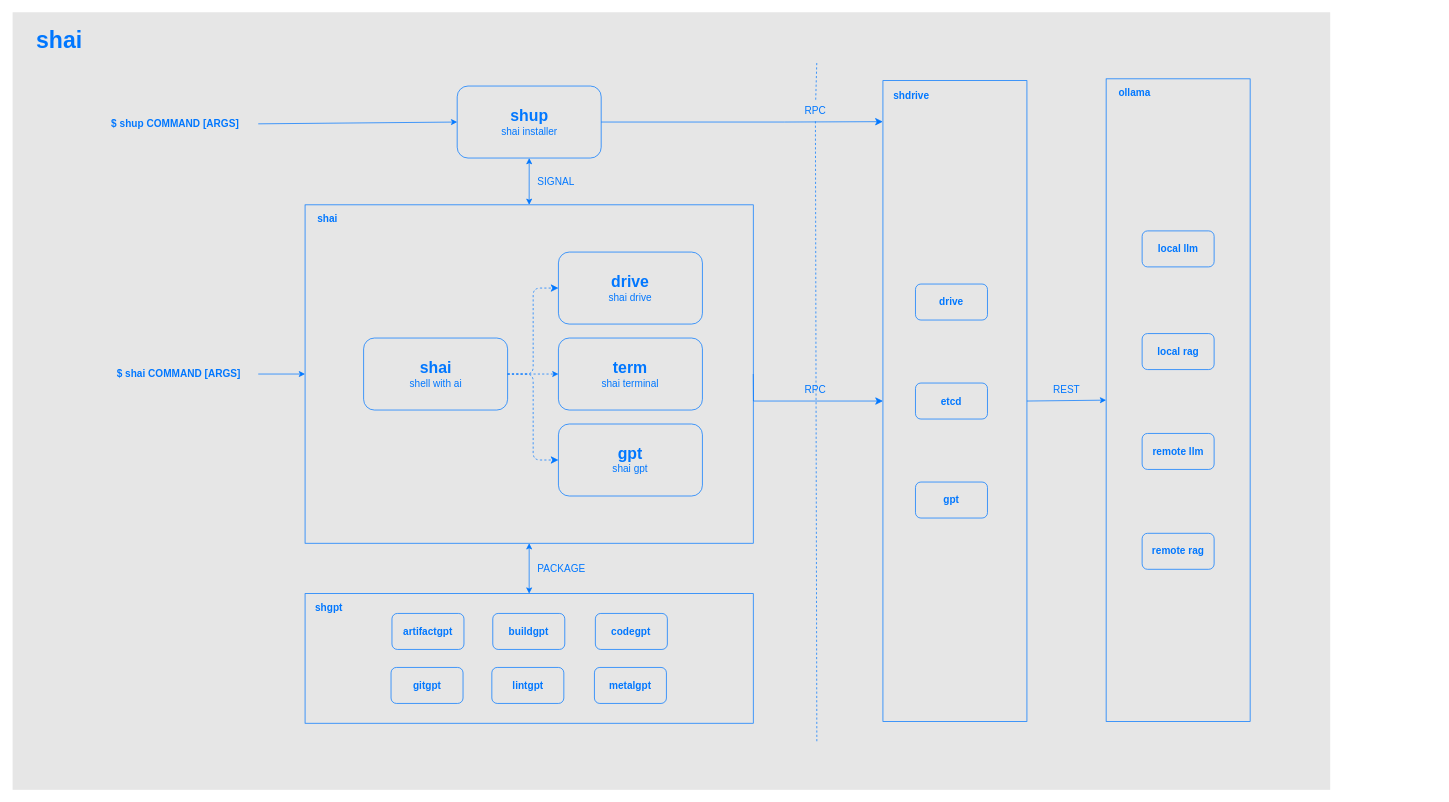
Before: arch.drawio in ai-flowx/.github, a draw.io diagram. Source tidied: cells renumbered, new cells numbered last; positions are measured from the earlier drawing's top-left corner, leaving out a move shared by most shapes. Both pictures are drawn from the tidied source at 72%, with x=0, y=0 at pixel (12, 12).
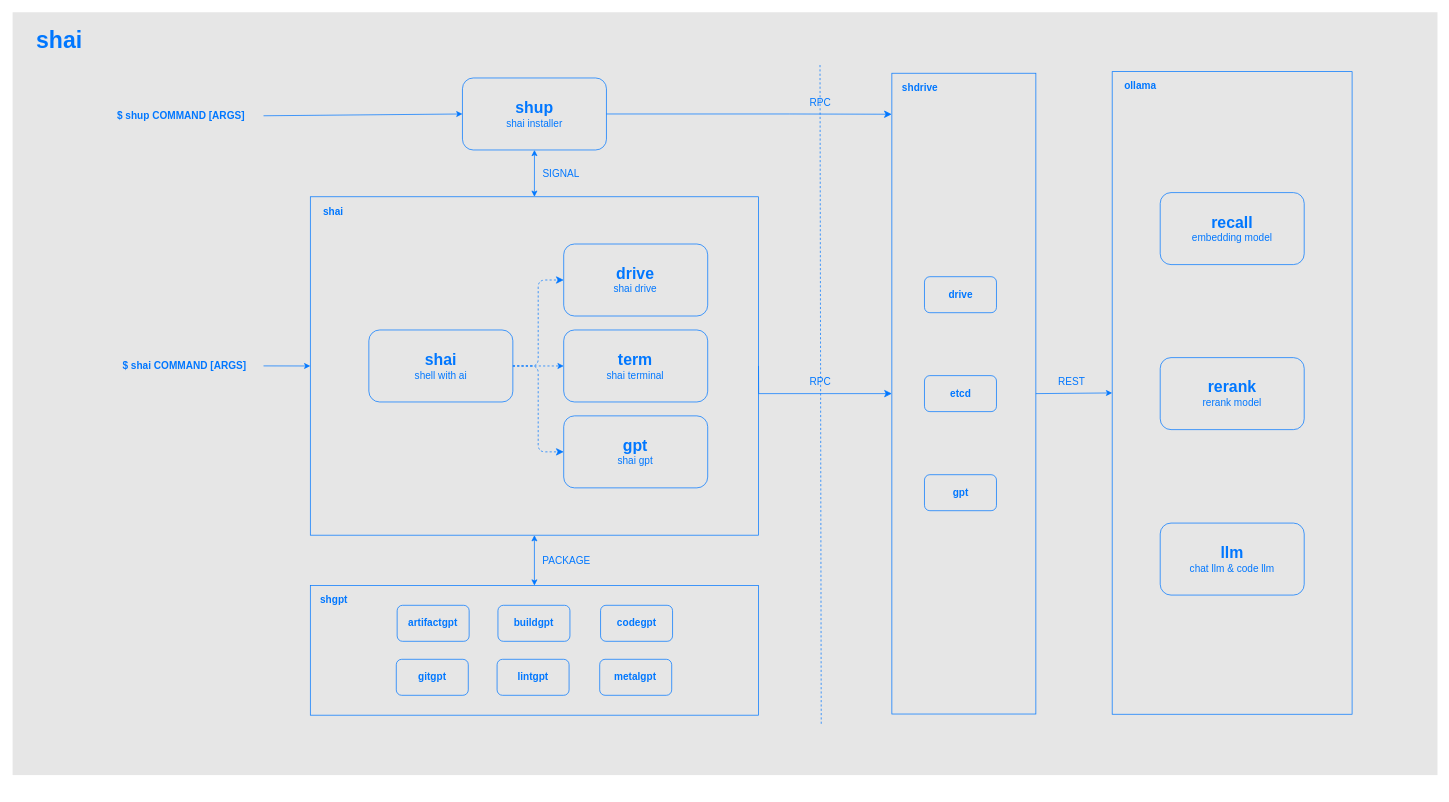
The same diagram, later.

Commit message (it also covers changes not shown here):
feat(profile): update arch files

Diff of the diagram source:
```diff
@@
     <mxCell id="2" style="rounded=0;whiteSpace=wrap;html=1;strokeColor=none;fillColor=#E6E6E6;" parent="1" vertex="1">
-      <mxGeometry y="0.5" width="1830" height="1080" as="geometry" />
+      <mxGeometry y="0.5" width="1979" height="1059.5" as="geometry" />
     </mxCell>
     <mxCell id="3" value="&lt;font color=&quot;#0077ff&quot; style=&quot;&quot;&gt;&lt;br&gt;&lt;/font&gt;" style="rounded=0;whiteSpace=wrap;html=1;strokeColor=#0077FF;fillColor=none;shadow=0;" parent="1" vertex="1">
-      <mxGeometry x="406.2" y="808" width="622.5" height="180" as="geometry" />
+      <mxGeometry x="413.5" y="796.8" width="622.5" height="180" as="geometry" />
     </mxCell>
     <mxCell id="4" style="rounded=0;whiteSpace=wrap;html=1;strokeColor=#0077FF;fontSize=14;fontColor=#0077FF;fillColor=none;" parent="1" vertex="1">
-      <mxGeometry x="406.2" y="268" width="622.5" height="470" as="geometry" />
+      <mxGeometry x="413.5" y="256.8" width="622.5" height="470" as="geometry" />
     </mxCell>
     <mxCell id="5" value="&lt;font color=&quot;#0077ff&quot; style=&quot;&quot;&gt;&lt;span style=&quot;font-weight: bold; font-size: 22px;&quot;&gt;shai&lt;/span&gt;&lt;br&gt;&lt;font style=&quot;font-size: 14px;&quot;&gt;shell with ai&lt;/font&gt;&lt;br&gt;&lt;/font&gt;" style="rounded=1;whiteSpace=wrap;html=1;strokeColor=#0077FF;fillColor=none;shadow=0;" parent="1" vertex="1">
-      <mxGeometry x="487.5" y="453" width="200" height="100" as="geometry" />
+      <mxGeometry x="494.8" y="441.8" width="200" height="100" as="geometry" />
     </mxCell>
     <mxCell id="6" value="$&amp;nbsp;shai COMMAND [ARGS]" style="text;html=1;strokeColor=none;fillColor=none;align=center;verticalAlign=middle;whiteSpace=wrap;rounded=0;fontStyle=1;dashed=1;fontColor=#0077FF;fontSize=14;" parent="1" vertex="1">
-      <mxGeometry x="121.2" y="480.5" width="220" height="45" as="geometry" />
+      <mxGeometry x="128.5" y="469.2" width="220" height="45" as="geometry" />
     </mxCell>
     <mxCell id="7" value="$&amp;nbsp;shup COMMAND [ARGS]" style="text;html=1;strokeColor=none;fillColor=none;align=center;verticalAlign=middle;whiteSpace=wrap;rounded=0;fontStyle=1;dashed=1;fontColor=#0077FF;fontSize=14;" parent="1" vertex="1">
-      <mxGeometry x="111.2" y="133" width="230" height="45" as="geometry" />
+      <mxGeometry x="118.5" y="121.8" width="230" height="45" as="geometry" />
     </mxCell>
@@
     <mxCell id="9" value="&lt;font color=&quot;#0077ff&quot; style=&quot;&quot;&gt;&lt;span style=&quot;font-weight: bold; font-size: 22px;&quot;&gt;shup&lt;/span&gt;&lt;br&gt;&lt;font style=&quot;font-size: 14px;&quot;&gt;shai installer&lt;/font&gt;&lt;br&gt;&lt;/font&gt;" style="rounded=1;whiteSpace=wrap;html=1;strokeColor=#0077FF;fillColor=none;shadow=0;" parent="1" vertex="1">
-      <mxGeometry x="617.5" y="103" width="200" height="100" as="geometry" />
+      <mxGeometry x="624.8" y="91.8" width="200" height="100" as="geometry" />
     </mxCell>
     <mxCell id="10" value="&lt;font color=&quot;#0077ff&quot; style=&quot;&quot;&gt;&lt;br&gt;&lt;/font&gt;" style="rounded=0;whiteSpace=wrap;html=1;strokeColor=#0077FF;fillColor=none;shadow=0;" parent="1" vertex="1">
-      <mxGeometry x="1208.8" y="95.5" width="200" height="890" as="geometry" />
+      <mxGeometry x="1221.2" y="85.2" width="200" height="890" as="geometry" />
     </mxCell>
     <mxCell id="11" value="&lt;span style=&quot;border-color: var(--border-color); color: rgb(0, 119, 255); font-weight: bold; font-size: 22px;&quot;&gt;drive&lt;/span&gt;&lt;br style=&quot;border-color: var(--border-color); color: rgb(0, 119, 255);&quot;&gt;&lt;font style=&quot;border-color: var(--border-color); color: rgb(0, 119, 255); font-size: 14px;&quot;&gt;shai drive&lt;/font&gt;&lt;font color=&quot;#0077ff&quot; style=&quot;&quot;&gt;&lt;br&gt;&lt;/font&gt;" style="rounded=1;whiteSpace=wrap;html=1;strokeColor=#0077FF;fillColor=none;shadow=0;" parent="1" vertex="1">
-      <mxGeometry x="758.1" y="333.6" width="200" height="100" as="geometry" />
+      <mxGeometry x="765.4" y="322.4" width="200" height="100" as="geometry" />
     </mxCell>
@@
     <mxCell id="13" value="&lt;font color=&quot;#0077ff&quot; style=&quot;&quot;&gt;&lt;br&gt;&lt;/font&gt;" style="rounded=0;whiteSpace=wrap;html=1;strokeColor=#0077FF;fillColor=none;shadow=0;" parent="1" vertex="1">
-      <mxGeometry x="1518.8" y="93" width="200" height="892.5" as="geometry" />
+      <mxGeometry x="1527.2" y="83" width="333.2" height="892.5" as="geometry" />
     </mxCell>
-    <mxCell id="14" value="&lt;font color=&quot;#0077ff&quot; style=&quot;&quot;&gt;&lt;b style=&quot;&quot;&gt;&lt;font style=&quot;font-size: 14px;&quot;&gt;local llm&lt;/font&gt;&lt;/b&gt;&lt;br&gt;&lt;/font&gt;" style="rounded=1;whiteSpace=wrap;html=1;strokeColor=#0077FF;fillColor=none;shadow=0;" parent="1" vertex="1">
-      <mxGeometry x="1568.8" y="304.2" width="100" height="50" as="geometry" />
-    </mxCell>
-    <mxCell id="15" value="&lt;font color=&quot;#0077ff&quot; style=&quot;&quot;&gt;&lt;b style=&quot;&quot;&gt;&lt;font style=&quot;font-size: 14px;&quot;&gt;local rag&lt;/font&gt;&lt;/b&gt;&lt;br&gt;&lt;/font&gt;" style="rounded=1;whiteSpace=wrap;html=1;strokeColor=#0077FF;fillColor=none;shadow=0;" parent="1" vertex="1">
-      <mxGeometry x="1568.8" y="446.8" width="100" height="50" as="geometry" />
-    </mxCell>
-    <mxCell id="16" value="&lt;font color=&quot;#0077ff&quot; style=&quot;&quot;&gt;&lt;b style=&quot;&quot;&gt;&lt;font style=&quot;font-size: 14px;&quot;&gt;remote llm&lt;/font&gt;&lt;/b&gt;&lt;br&gt;&lt;/font&gt;" style="rounded=1;whiteSpace=wrap;html=1;strokeColor=#0077FF;fillColor=none;shadow=0;" parent="1" vertex="1">
-      <mxGeometry x="1568.8" y="585.5" width="100" height="50" as="geometry" />
-    </mxCell>
-    <mxCell id="17" value="&lt;font color=&quot;#0077ff&quot; style=&quot;&quot;&gt;&lt;b style=&quot;&quot;&gt;&lt;font style=&quot;font-size: 14px;&quot;&gt;remote rag&lt;/font&gt;&lt;/b&gt;&lt;br&gt;&lt;/font&gt;" style="rounded=1;whiteSpace=wrap;html=1;strokeColor=#0077FF;fillColor=none;shadow=0;" parent="1" vertex="1">
-      <mxGeometry x="1568.8" y="724.2" width="100" height="50" as="geometry" />
-    </mxCell>
@@
     <mxCell id="19" value="&lt;font color=&quot;#0077ff&quot; style=&quot;&quot;&gt;&lt;b style=&quot;&quot;&gt;&lt;font style=&quot;font-size: 14px;&quot;&gt;artifactgpt&lt;/font&gt;&lt;/b&gt;&lt;br&gt;&lt;/font&gt;" style="rounded=1;whiteSpace=wrap;html=1;strokeColor=#0077FF;fillColor=none;shadow=0;" parent="1" vertex="1">
-      <mxGeometry x="526.9" y="835.5" width="100" height="50" as="geometry" />
+      <mxGeometry x="534.1" y="824.2" width="100" height="50" as="geometry" />
     </mxCell>
     <mxCell id="20" value="&lt;font color=&quot;#0077ff&quot; style=&quot;&quot;&gt;&lt;b style=&quot;&quot;&gt;&lt;font style=&quot;font-size: 14px;&quot;&gt;buildgpt&lt;/font&gt;&lt;/b&gt;&lt;br&gt;&lt;/font&gt;" style="rounded=1;whiteSpace=wrap;html=1;strokeColor=#0077FF;fillColor=none;shadow=0;" parent="1" vertex="1">
-      <mxGeometry x="666.9" y="835.5" width="100" height="50" as="geometry" />
+      <mxGeometry x="674.1" y="824.2" width="100" height="50" as="geometry" />
     </mxCell>
     <mxCell id="21" value="&lt;font color=&quot;#0077ff&quot; style=&quot;&quot;&gt;&lt;b style=&quot;&quot;&gt;&lt;font style=&quot;font-size: 14px;&quot;&gt;codegpt&lt;/font&gt;&lt;/b&gt;&lt;br&gt;&lt;/font&gt;" style="rounded=1;whiteSpace=wrap;html=1;strokeColor=#0077FF;fillColor=none;shadow=0;" parent="1" vertex="1">
-      <mxGeometry x="809.4" y="835.5" width="100" height="50" as="geometry" />
+      <mxGeometry x="816.6" y="824.2" width="100" height="50" as="geometry" />
     </mxCell>
     <mxCell id="22" value="&lt;font color=&quot;#0077ff&quot; style=&quot;&quot;&gt;&lt;b style=&quot;&quot;&gt;&lt;font style=&quot;font-size: 14px;&quot;&gt;gitgpt&lt;/font&gt;&lt;/b&gt;&lt;br&gt;&lt;/font&gt;" style="rounded=1;whiteSpace=wrap;html=1;strokeColor=#0077FF;fillColor=none;shadow=0;" parent="1" vertex="1">
-      <mxGeometry x="525.6" y="910.5" width="100" height="50" as="geometry" />
+      <mxGeometry x="532.9" y="899.2" width="100" height="50" as="geometry" />
     </mxCell>
     <mxCell id="23" value="&lt;font color=&quot;#0077ff&quot; style=&quot;&quot;&gt;&lt;b style=&quot;&quot;&gt;&lt;font style=&quot;font-size: 14px;&quot;&gt;lintgpt&lt;/font&gt;&lt;/b&gt;&lt;br&gt;&lt;/font&gt;" style="rounded=1;whiteSpace=wrap;html=1;strokeColor=#0077FF;fillColor=none;shadow=0;" parent="1" vertex="1">
-      <mxGeometry x="665.6" y="910.5" width="100" height="50" as="geometry" />
+      <mxGeometry x="672.9" y="899.2" width="100" height="50" as="geometry" />
     </mxCell>
     <mxCell id="24" value="&lt;font color=&quot;#0077ff&quot; style=&quot;&quot;&gt;&lt;b style=&quot;&quot;&gt;&lt;font style=&quot;font-size: 14px;&quot;&gt;metalgpt&lt;/font&gt;&lt;/b&gt;&lt;br&gt;&lt;/font&gt;" style="rounded=1;whiteSpace=wrap;html=1;strokeColor=#0077FF;fillColor=none;shadow=0;" parent="1" vertex="1">
-      <mxGeometry x="808.1" y="910.5" width="100" height="50" as="geometry" />
+      <mxGeometry x="815.4" y="899.2" width="100" height="50" as="geometry" />
     </mxCell>
     <mxCell id="25" value="shgpt" style="text;strokeColor=none;fillColor=none;html=1;fontSize=14;fontStyle=1;verticalAlign=middle;align=center;rounded=0;shadow=0;fontColor=#0077FF;" parent="1" vertex="1">
-      <mxGeometry x="406.2" y="808" width="65" height="40" as="geometry" />
+      <mxGeometry x="413.5" y="796.8" width="65" height="40" as="geometry" />
     </mxCell>
     <mxCell id="26" value="shai" style="text;strokeColor=none;fillColor=none;html=1;fontSize=14;fontStyle=1;verticalAlign=middle;align=center;rounded=0;shadow=0;fontColor=#0077FF;" parent="1" vertex="1">
-      <mxGeometry x="406.2" y="268" width="62.5" height="40" as="geometry" />
+      <mxGeometry x="413.5" y="256.8" width="62.5" height="40" as="geometry" />
     </mxCell>
     <mxCell id="27" value="ollama" style="text;strokeColor=none;fillColor=none;html=1;fontSize=14;fontStyle=1;verticalAlign=middle;align=center;rounded=0;shadow=0;fontColor=#0077FF;" parent="1" vertex="1">
-      <mxGeometry x="1518.8" y="93" width="77.5" height="40" as="geometry" />
+      <mxGeometry x="1527.2" y="83" width="77.5" height="40" as="geometry" />
     </mxCell>
-    <mxCell id="28" style="endArrow=none;html=1;strokeColor=#0077FF;dashed=1;startArrow=none;" parent="1" edge="1" source="47">
-      <mxGeometry relative="1" as="geometry">
-        <mxPoint x="1117" y="68" as="targetPoint" />
-      </mxGeometry>
-    </mxCell>
     <mxCell id="29" value="&lt;font color=&quot;#0077ff&quot; style=&quot;&quot;&gt;&lt;span style=&quot;font-weight: bold; font-size: 22px;&quot;&gt;gpt&lt;/span&gt;&lt;br&gt;&lt;font style=&quot;font-size: 14px;&quot;&gt;shai gpt&lt;/font&gt;&lt;br&gt;&lt;/font&gt;" style="rounded=1;whiteSpace=wrap;html=1;strokeColor=#0077FF;fillColor=none;shadow=0;" parent="1" vertex="1">
-      <mxGeometry x="758.1" y="572.4" width="200" height="100" as="geometry" />
+      <mxGeometry x="765.4" y="561.1" width="200" height="100" as="geometry" />
     </mxCell>
@@
     <mxCell id="35" value="&lt;span style=&quot;border-color: var(--border-color); color: rgb(0, 119, 255); font-weight: bold; font-size: 22px;&quot;&gt;term&lt;/span&gt;&lt;br style=&quot;border-color: var(--border-color); color: rgb(0, 119, 255);&quot;&gt;&lt;font style=&quot;border-color: var(--border-color); color: rgb(0, 119, 255); font-size: 14px;&quot;&gt;shai terminal&lt;/font&gt;&lt;font color=&quot;#0077ff&quot; style=&quot;&quot;&gt;&lt;br&gt;&lt;/font&gt;" style="rounded=1;whiteSpace=wrap;html=1;strokeColor=#0077FF;fillColor=none;shadow=0;" parent="1" vertex="1">
-      <mxGeometry x="758.1" y="453" width="200" height="100" as="geometry" />
+      <mxGeometry x="765.4" y="441.8" width="200" height="100" as="geometry" />
     </mxCell>
@@
     <mxCell id="37" value="&lt;span style=&quot;color: rgb(0, 119, 255); font-size: 14px;&quot;&gt;SIGNAL&lt;/span&gt;" style="text;html=1;strokeColor=none;fillColor=none;align=center;verticalAlign=middle;whiteSpace=wrap;rounded=0;" parent="1" vertex="1">
-      <mxGeometry x="718" y="221" width="74" height="30" as="geometry" />
+      <mxGeometry x="725.2" y="209.8" width="74" height="30" as="geometry" />
     </mxCell>
     <mxCell id="38" value="&lt;span style=&quot;color: rgb(0, 119, 255); font-size: 14px;&quot;&gt;PACKAGE&lt;/span&gt;" style="text;html=1;strokeColor=none;fillColor=none;align=center;verticalAlign=middle;whiteSpace=wrap;rounded=0;" parent="1" vertex="1">
-      <mxGeometry x="718" y="759" width="89" height="30" as="geometry" />
+      <mxGeometry x="725.2" y="747.8" width="89" height="30" as="geometry" />
     </mxCell>
     <mxCell id="39" value="&lt;span style=&quot;color: rgb(0, 119, 255); font-size: 14px;&quot;&gt;REST&lt;/span&gt;" style="text;html=1;strokeColor=none;fillColor=none;align=center;verticalAlign=middle;whiteSpace=wrap;rounded=0;" parent="1" vertex="1">
-      <mxGeometry x="1427" y="510" width="74" height="30" as="geometry" />
+      <mxGeometry x="1434.2" y="498.8" width="74" height="30" as="geometry" />
     </mxCell>
     <mxCell id="40" style="edgeStyle=elbowEdgeStyle;elbow=horizontal;endArrow=classic;html=1;curved=0;rounded=0;endSize=8;startSize=8;exitX=1;exitY=0.5;exitDx=0;exitDy=0;entryX=0;entryY=0.5;entryDx=0;entryDy=0;strokeColor=#0077FF;" parent="1" edge="1" source="4" target="10">
       <mxGeometry relative="1" as="geometry">
         <Array as="points">
-          <mxPoint x="1029" y="531" />
-          <mxPoint x="1072" y="522" />
+          <mxPoint x="1036.2" y="519.8" />
+          <mxPoint x="1079.2" y="510.8" />
         </Array>
       </mxGeometry>
     </mxCell>
     <mxCell id="41" value="&lt;font color=&quot;#0077ff&quot; style=&quot;&quot;&gt;&lt;b style=&quot;&quot;&gt;&lt;font style=&quot;font-size: 14px;&quot;&gt;drive&lt;/font&gt;&lt;/b&gt;&lt;br&gt;&lt;/font&gt;" style="rounded=1;whiteSpace=wrap;html=1;strokeColor=#0077FF;fillColor=none;shadow=0;" parent="1" vertex="1">
-      <mxGeometry x="1254" y="378" width="100" height="50" as="geometry" />
+      <mxGeometry x="1266.5" y="367.8" width="100" height="50" as="geometry" />
     </mxCell>
     <mxCell id="42" value="&lt;font color=&quot;#0077ff&quot; style=&quot;&quot;&gt;&lt;b style=&quot;&quot;&gt;&lt;font style=&quot;font-size: 14px;&quot;&gt;etcd&lt;/font&gt;&lt;/b&gt;&lt;br&gt;&lt;/font&gt;" style="rounded=1;whiteSpace=wrap;html=1;strokeColor=#0077FF;fillColor=none;shadow=0;" parent="1" vertex="1">
-      <mxGeometry x="1254" y="515.5" width="100" height="50" as="geometry" />
+      <mxGeometry x="1266.5" y="505.2" width="100" height="50" as="geometry" />
     </mxCell>
     <mxCell id="43" value="&lt;font color=&quot;#0077ff&quot; style=&quot;&quot;&gt;&lt;b style=&quot;&quot;&gt;&lt;font style=&quot;font-size: 14px;&quot;&gt;gpt&lt;/font&gt;&lt;/b&gt;&lt;br&gt;&lt;/font&gt;" style="rounded=1;whiteSpace=wrap;html=1;strokeColor=#0077FF;fillColor=none;shadow=0;" parent="1" vertex="1">
-      <mxGeometry x="1254" y="653" width="100" height="50" as="geometry" />
+      <mxGeometry x="1266.5" y="642.8" width="100" height="50" as="geometry" />
     </mxCell>
     <mxCell id="44" value="shdrive" style="text;strokeColor=none;fillColor=none;html=1;fontSize=14;fontStyle=1;verticalAlign=middle;align=center;rounded=0;shadow=0;fontColor=#0077FF;" parent="1" vertex="1">
-      <mxGeometry x="1208.8" y="95.5" width="77.5" height="40" as="geometry" />
+      <mxGeometry x="1221.2" y="85.2" width="77.5" height="40" as="geometry" />
     </mxCell>
     <mxCell id="45" style="edgeStyle=elbowEdgeStyle;elbow=horizontal;endArrow=classic;html=1;curved=0;rounded=0;endSize=8;startSize=8;exitX=1;exitY=0.5;exitDx=0;exitDy=0;entryX=-0.001;entryY=0.064;entryDx=0;entryDy=0;strokeColor=#0077FF;entryPerimeter=0;" parent="1" edge="1" source="9" target="10">
       <mxGeometry relative="1" as="geometry">
         <Array as="points">
-          <mxPoint x="1072" y="347" />
+          <mxPoint x="1079.2" y="335.8" />
         </Array>
       </mxGeometry>
     </mxCell>
-    <mxCell id="46" style="endArrow=none;html=1;strokeColor=#0077FF;dashed=1;" parent="1" edge="1" target="47">
+    <mxCell id="46" style="endArrow=none;html=1;strokeColor=#0077FF;dashed=1;" parent="1" edge="1">
       <mxGeometry relative="1" as="geometry">
-        <mxPoint x="1117" y="1013" as="sourcePoint" />
+        <mxPoint x="1123.1" y="988.8" as="sourcePoint" />
+        <mxPoint x="1121.4" y="71.7" as="targetPoint" />
       </mxGeometry>
     </mxCell>
     <mxCell id="47" value="&lt;span style=&quot;color: rgb(0, 119, 255); font-size: 14px;&quot;&gt;RPC&lt;/span&gt;" style="text;html=1;strokeColor=none;fillColor=none;align=center;verticalAlign=middle;whiteSpace=wrap;rounded=0;" parent="1" vertex="1">
-      <mxGeometry x="1078" y="122" width="74" height="30" as="geometry" />
+      <mxGeometry x="1085.2" y="110.8" width="74" height="30" as="geometry" />
     </mxCell>
     <mxCell id="48" value="&lt;span style=&quot;color: rgb(0, 119, 255); font-size: 14px;&quot;&gt;RPC&lt;/span&gt;" style="text;html=1;strokeColor=none;fillColor=none;align=center;verticalAlign=middle;whiteSpace=wrap;rounded=0;" parent="1" vertex="1">
-      <mxGeometry x="1078" y="510" width="74" height="30" as="geometry" />
+      <mxGeometry x="1085.2" y="498.8" width="74" height="30" as="geometry" />
     </mxCell>
+    <mxCell id="49" value="&lt;span style=&quot;border-color: var(--border-color); color: rgb(0, 119, 255); font-weight: bold; font-size: 22px;&quot;&gt;recall&lt;/span&gt;&lt;br style=&quot;border-color: var(--border-color); color: rgb(0, 119, 255);&quot;&gt;&lt;font style=&quot;border-color: var(--border-color); color: rgb(0, 119, 255); font-size: 14px;&quot;&gt;embedding model&lt;/font&gt;&lt;font color=&quot;#0077ff&quot; style=&quot;&quot;&gt;&lt;br&gt;&lt;/font&gt;" style="rounded=1;whiteSpace=wrap;html=1;strokeColor=#0077FF;fillColor=none;shadow=0;" parent="1" vertex="1">
+      <mxGeometry x="1593.9" y="251" width="200" height="100" as="geometry" />
+    </mxCell>
+    <mxCell id="50" value="&lt;span style=&quot;border-color: var(--border-color); color: rgb(0, 119, 255); font-weight: bold; font-size: 22px;&quot;&gt;rerank&lt;/span&gt;&lt;br style=&quot;border-color: var(--border-color); color: rgb(0, 119, 255);&quot;&gt;&lt;font style=&quot;border-color: var(--border-color); color: rgb(0, 119, 255); font-size: 14px;&quot;&gt;rerank model&lt;/font&gt;&lt;font color=&quot;#0077ff&quot; style=&quot;&quot;&gt;&lt;br&gt;&lt;/font&gt;" style="rounded=1;whiteSpace=wrap;html=1;strokeColor=#0077FF;fillColor=none;shadow=0;" parent="1" vertex="1">
+      <mxGeometry x="1593.9" y="480.2" width="200" height="100" as="geometry" />
+    </mxCell>
+    <mxCell id="51" value="&lt;span style=&quot;border-color: var(--border-color); color: rgb(0, 119, 255); font-weight: bold; font-size: 22px;&quot;&gt;llm&lt;/span&gt;&lt;br style=&quot;border-color: var(--border-color); color: rgb(0, 119, 255);&quot;&gt;&lt;font style=&quot;border-color: var(--border-color); color: rgb(0, 119, 255); font-size: 14px;&quot;&gt;chat llm &amp;amp; code llm&lt;/font&gt;&lt;font color=&quot;#0077ff&quot; style=&quot;&quot;&gt;&lt;br&gt;&lt;/font&gt;" style="rounded=1;whiteSpace=wrap;html=1;strokeColor=#0077FF;fillColor=none;shadow=0;" parent="1" vertex="1">
+      <mxGeometry x="1593.9" y="710" width="200" height="100" as="geometry" />
+    </mxCell>
```
